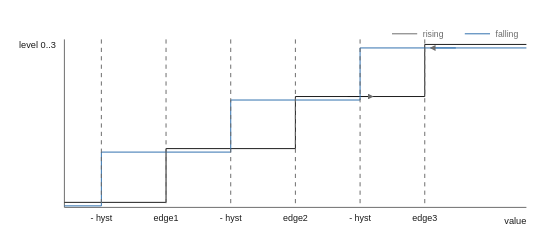
This is images/logic/block_Staircase3.drawio.svg from pstch/botanik2, a draw.io export, as it was before one commit. Source tidied: cells renumbered, new cells last; positions are measured from the earlier drawing's top-left corner, leaving out a move shared by most shapes.
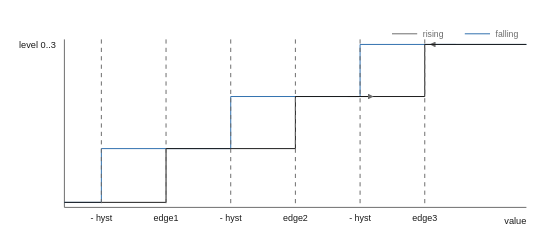
The same diagram one commit later.

The edit, as a diff of the source:
```diff
@@ -17,44 +17,44 @@
     <mxCell id="4" value="value" style="text;html=1;fontSize=6;fontColor=#1a1a1a;align=left;" parent="1" vertex="1">
       <mxGeometry x="336" y="133.4" width="40" height="10.6" as="geometry" />
     </mxCell>
-    <mxCell id="5" style="edgeStyle=none;html=1;strokeColor=#1a1a1a;endArrow=none;" parent="1" edge="1">
+    <mxCell id="5" style="edgeStyle=none;html=1;strokeColor=#2f6fae;endArrow=none;" parent="1" edge="1">
       <mxGeometry relative="1" as="geometry">
-        <mxPoint x="6" y="124.4" as="sourcePoint" />
-        <mxPoint x="336" y="11.6" as="targetPoint" />
+        <mxPoint x="336" y="11.6" as="sourcePoint" />
+        <mxPoint x="6" y="124.4" as="targetPoint" />
         <Array as="points">
-          <mxPoint x="78.6" y="124.4" />
-          <mxPoint x="78.6" y="86" />
-          <mxPoint x="171" y="86" />
-          <mxPoint x="171" y="48.8" />
-          <mxPoint x="263.4" y="48.8" />
-          <mxPoint x="263.4" y="11.6" />
+          <mxPoint x="217.2" y="11.6" />
+          <mxPoint x="217.2" y="48.8" />
+          <mxPoint x="124.8" y="48.8" />
+          <mxPoint x="124.8" y="86" />
+          <mxPoint x="32.4" y="86" />
+          <mxPoint x="32.4" y="124.4" />
         </Array>
       </mxGeometry>
     </mxCell>
-    <mxCell id="6" style="edgeStyle=none;html=1;strokeColor=#1a1a1a;endArrow=block;" parent="1" edge="1">
+    <mxCell id="6" style="edgeStyle=none;html=1;strokeColor=#2f6fae;endArrow=block;" parent="1" edge="1">
       <mxGeometry relative="1" as="geometry">
-        <mxPoint x="208.2" y="48.8" as="sourcePoint" />
-        <mxPoint x="226.2" y="48.8" as="targetPoint" />
+        <mxPoint x="285.6" y="11.6" as="sourcePoint" />
+        <mxPoint x="267.6" y="11.6" as="targetPoint" />
       </mxGeometry>
     </mxCell>
-    <mxCell id="7" style="edgeStyle=none;html=1;strokeColor=#2f6fae;endArrow=none;" parent="1" edge="1">
+    <mxCell id="7" style="edgeStyle=none;html=1;strokeColor=#1a1a1a;endArrow=none;" parent="1" edge="1">
       <mxGeometry relative="1" as="geometry">
-        <mxPoint x="336" y="14.1" as="sourcePoint" />
-        <mxPoint x="6" y="126.9" as="targetPoint" />
+        <mxPoint x="6" y="124.4" as="sourcePoint" />
+        <mxPoint x="336" y="11.6" as="targetPoint" />
         <Array as="points">
-          <mxPoint x="217.2" y="14.1" />
-          <mxPoint x="217.2" y="51.3" />
-          <mxPoint x="124.8" y="51.3" />
-          <mxPoint x="124.8" y="88.5" />
-          <mxPoint x="32.4" y="88.5" />
-          <mxPoint x="32.4" y="126.9" />
+          <mxPoint x="78.6" y="124.4" />
+          <mxPoint x="78.6" y="86" />
+          <mxPoint x="171" y="86" />
+          <mxPoint x="171" y="48.8" />
+          <mxPoint x="263.4" y="48.8" />
+          <mxPoint x="263.4" y="11.6" />
         </Array>
       </mxGeometry>
     </mxCell>
-    <mxCell id="8" style="edgeStyle=none;html=1;strokeColor=#2f6fae;endArrow=block;" parent="1" edge="1">
+    <mxCell id="8" style="edgeStyle=none;html=1;strokeColor=#1a1a1a;endArrow=block;" parent="1" edge="1">
       <mxGeometry relative="1" as="geometry">
-        <mxPoint x="285.6" y="14.1" as="sourcePoint" />
-        <mxPoint x="267.6" y="14.1" as="targetPoint" />
+        <mxPoint x="208.2" y="48.8" as="sourcePoint" />
+        <mxPoint x="226.2" y="48.8" as="targetPoint" />
       </mxGeometry>
     </mxCell>
     <mxCell id="9" style="edgeStyle=none;html=1;strokeColor=#6b6b6b;endArrow=none;" parent="1" edge="1">
```
